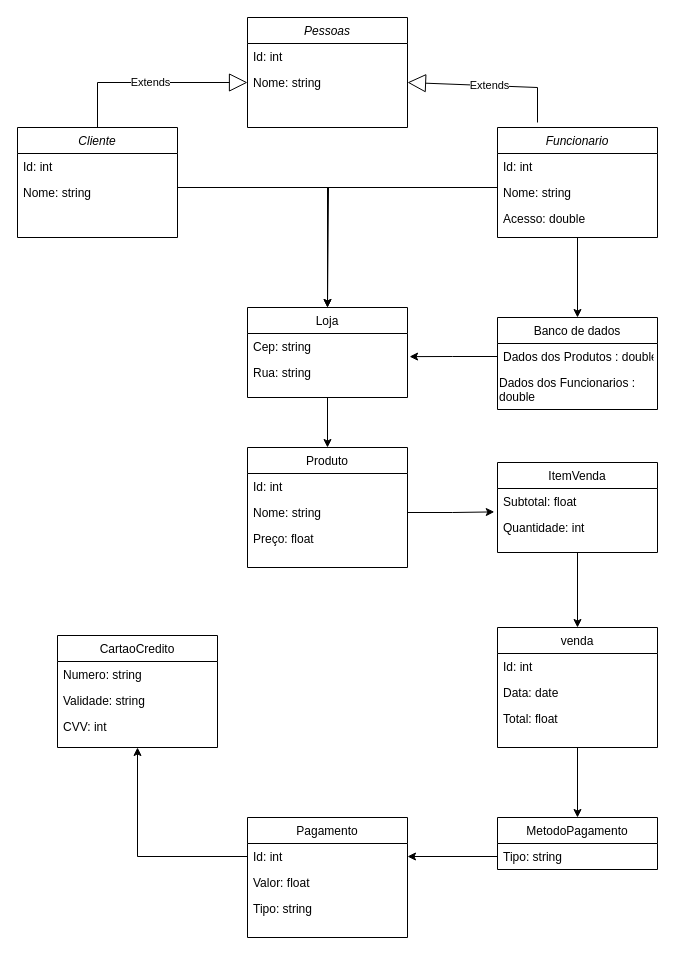
Above: Diagrama sem nome.drawio in Brunoborgescarvalho/Projeto-Sonho (draw.io), before the change. Source tidied: cells renumbered, new cells numbered last; positions are measured from the earlier drawing's top-left corner, leaving out a move shared by most shapes. Both pictures are drawn from the tidied source at 100%, with x=0, y=0 at pixel (17, 17).
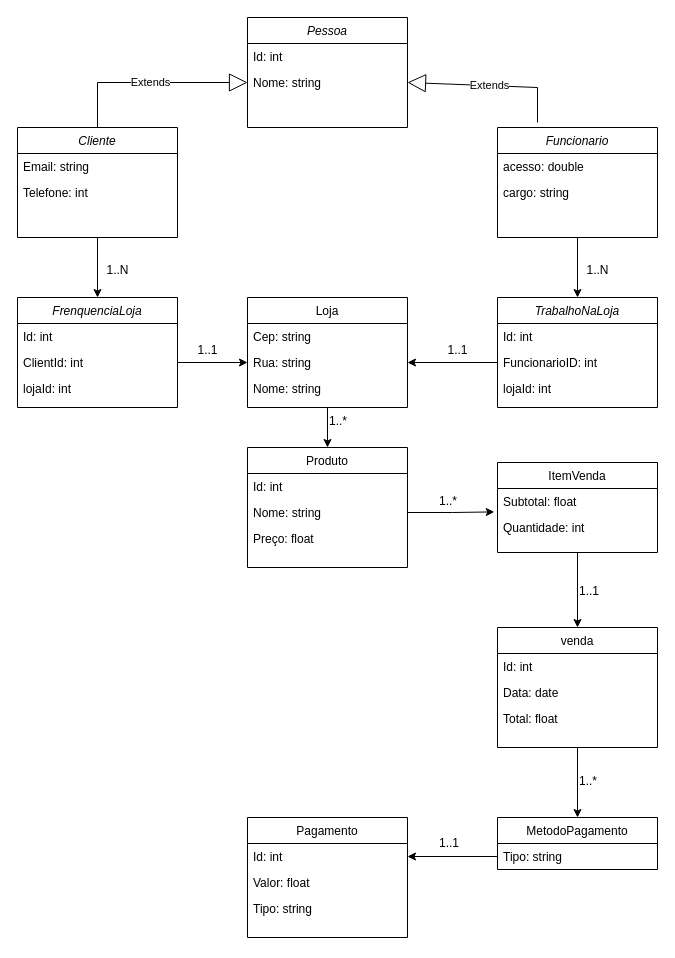
The same page after the edit.

The change refers to these unchanged cells:
```xml
<mxCell id="2" value="Cliente" style="swimlane;fontStyle=2;align=center;verticalAlign=top;horizontal=1;startSize=26;rounded=0;shadow=0;strokeWidth=1;" parent="1" vertex="1">
  <mxGeometry y="110" width="160" height="110" as="geometry" />
</mxCell>
<mxCell id="12" value="Rua: string" style="text;align=left;verticalAlign=top;spacingLeft=4;spacingRight=4;overflow=hidden;points=[[0,0.5],[1,0.5]];portConstraint=eastwest;" parent="10" vertex="1">
  <mxGeometry y="52" width="160" height="26" as="geometry" />
</mxCell>
<mxCell id="25" value="Id: int" style="text;align=left;verticalAlign=top;spacingLeft=4;spacingRight=4;overflow=hidden;points=[[0,0.5],[1,0.5]];portConstraint=eastwest;" parent="24" vertex="1">
  <mxGeometry y="26" width="160" height="26" as="geometry" />
</mxCell>
<mxCell id="36" value="Funcionario" style="swimlane;fontStyle=2;align=center;verticalAlign=top;horizontal=1;startSize=26;rounded=0;shadow=0;strokeWidth=1;" parent="1" vertex="1">
  <mxGeometry x="480" y="110" width="160" height="110" as="geometry" />
</mxCell>
```

The edit, as a diff of the source:
```diff
@@
+    <mxCell id="51" style="edgeStyle=orthogonalEdgeStyle;rounded=0;jettySize=auto;html=1;entryX=0.5;entryY=0;entryDx=0;entryDy=0;" parent="1" edge="1" source="2" target="62">
+      <mxGeometry relative="1" as="geometry" />
+    </mxCell>
@@
-    <mxCell id="3" value="Id: int" style="text;align=left;verticalAlign=top;spacingLeft=4;spacingRight=4;overflow=hidden;" parent="2" vertex="1">
-      <mxGeometry y="26" width="160" height="26" as="geometry" />
-    </mxCell>
-    <mxCell id="4" value="Nome: string" style="text;align=left;verticalAlign=top;spacingLeft=4;spacingRight=4;overflow=hidden;points=[[0,0.5],[1,0.5]];portConstraint=eastwest;rounded=0;shadow=0;html=0;" parent="2" vertex="1">
-      <mxGeometry y="52" width="160" height="26" as="geometry" />
-    </mxCell>
+    <mxCell id="52" value="Email: string" style="text;align=left;verticalAlign=top;spacingLeft=4;spacingRight=4;overflow=hidden;rounded=0;shadow=0;html=0;" parent="2" vertex="1">
+      <mxGeometry y="26" width="160" height="26" as="geometry" />
+    </mxCell>
+    <mxCell id="53" value="Telefone: int" style="text;align=left;verticalAlign=top;spacingLeft=4;spacingRight=4;overflow=hidden;rounded=0;shadow=0;html=0;" parent="2" vertex="1">
+      <mxGeometry y="52" width="160" height="26" as="geometry" />
+    </mxCell>
@@
     <mxCell id="10" value="Loja" style="swimlane;fontStyle=0;align=center;verticalAlign=top;horizontal=1;startSize=26;rounded=0;shadow=0;strokeWidth=1;" parent="1" vertex="1">
-      <mxGeometry x="230" y="290" width="160" height="90" as="geometry" />
+      <mxGeometry x="230" y="280" width="160" height="110" as="geometry" />
     </mxCell>
@@
+    <mxCell id="54" value="Nome: string" style="text;align=left;verticalAlign=top;spacingLeft=4;spacingRight=4;overflow=hidden;" parent="10" vertex="1">
+      <mxGeometry y="78" width="160" height="28" as="geometry" />
+    </mxCell>
@@
-    <mxCell id="28" value="CartaoCredito" style="swimlane;fontStyle=0;align=center;verticalAlign=top;horizontal=1;startSize=26;rounded=0;shadow=0;strokeWidth=1;" parent="1" vertex="1">
-      <mxGeometry x="40" y="618" width="160" height="112" as="geometry" />
-    </mxCell>
-    <mxCell id="29" value="Numero: string" style="text;align=left;verticalAlign=top;spacingLeft=4;spacingRight=4;overflow=hidden;" parent="28" vertex="1">
-      <mxGeometry y="26" width="160" height="26" as="geometry" />
-    </mxCell>
-    <mxCell id="30" value="Validade: string" style="text;align=left;verticalAlign=top;spacingLeft=4;spacingRight=4;overflow=hidden;rounded=0;shadow=0;html=0;" parent="28" vertex="1">
-      <mxGeometry y="52" width="160" height="26" as="geometry" />
-    </mxCell>
-    <mxCell id="31" value="CVV: int" style="text;align=left;verticalAlign=top;spacingLeft=4;spacingRight=4;overflow=hidden;rounded=0;shadow=0;html=0;" parent="28" vertex="1">
-      <mxGeometry y="78" width="160" height="26" as="geometry" />
-    </mxCell>
-    <mxCell id="32" value="Pessoas&#10;" style="swimlane;fontStyle=2;align=center;verticalAlign=top;horizontal=1;startSize=26;rounded=0;shadow=0;strokeWidth=1;" parent="1" vertex="1">
+    <mxCell id="32" value="Pessoa" style="swimlane;fontStyle=2;align=center;verticalAlign=top;horizontal=1;startSize=26;rounded=0;shadow=0;strokeWidth=1;" parent="1" vertex="1">
       <mxGeometry x="230" width="160" height="110" as="geometry" />
     </mxCell>
@@
-    <mxCell id="35" style="edgeStyle=orthogonalEdgeStyle;rounded=0;jettySize=auto;html=1;" parent="1" edge="1" source="36" target="41">
-      <mxGeometry relative="1" as="geometry" />
-    </mxCell>
+    <mxCell id="55" style="edgeStyle=orthogonalEdgeStyle;rounded=0;jettySize=auto;html=1;entryX=0.5;entryY=0;entryDx=0;entryDy=0;" parent="1" edge="1" source="36" target="69">
+      <mxGeometry relative="1" as="geometry" />
+    </mxCell>
@@
-    <mxCell id="37" value="Id: int" style="text;align=left;verticalAlign=top;spacingLeft=4;spacingRight=4;overflow=hidden;" parent="36" vertex="1">
-      <mxGeometry y="26" width="160" height="26" as="geometry" />
-    </mxCell>
-    <mxCell id="38" value="Nome: string" style="text;align=left;verticalAlign=top;spacingLeft=4;spacingRight=4;overflow=hidden;points=[[0,0.5],[1,0.5]];portConstraint=eastwest;rounded=0;shadow=0;html=0;" parent="36" vertex="1">
-      <mxGeometry y="52" width="160" height="26" as="geometry" />
-    </mxCell>
-    <mxCell id="39" value="Acesso: double&#10;" style="text;align=left;verticalAlign=top;spacingLeft=4;spacingRight=4;overflow=hidden;rounded=0;shadow=0;html=0;" parent="36" vertex="1">
-      <mxGeometry y="78" width="160" height="26" as="geometry" />
+    <mxCell id="39" value="acesso: double&#10;" style="text;align=left;verticalAlign=top;spacingLeft=4;spacingRight=4;overflow=hidden;rounded=0;shadow=0;html=0;" parent="36" vertex="1">
+      <mxGeometry y="26" width="160" height="26" as="geometry" />
     </mxCell>
+    <mxCell id="56" value="cargo: string" style="text;align=left;verticalAlign=top;spacingLeft=4;spacingRight=4;overflow=hidden;rounded=0;shadow=0;html=0;" parent="36" vertex="1">
+      <mxGeometry y="52" width="160" height="26" as="geometry" />
+    </mxCell>
@@
-    <mxCell id="41" value="Banco de dados" style="swimlane;fontStyle=0;align=center;verticalAlign=top;horizontal=1;startSize=26;rounded=0;shadow=0;strokeWidth=1;" parent="1" vertex="1">
-      <mxGeometry x="480" y="300" width="160" height="92" as="geometry" />
-    </mxCell>
-    <mxCell id="42" value="Dados dos Produtos : double" style="text;align=left;verticalAlign=top;spacingLeft=4;spacingRight=4;overflow=hidden;points=[[0,0.5],[1,0.5]];portConstraint=eastwest;" parent="41" vertex="1">
-      <mxGeometry y="26" width="160" height="26" as="geometry" />
-    </mxCell>
-    <mxCell id="43" value="Dados dos Funcionarios : double" style="text;whiteSpace=wrap;html=1;" parent="41" vertex="1">
-      <mxGeometry y="52" width="160" height="40" as="geometry" />
-    </mxCell>
-    <mxCell id="44" style="edgeStyle=orthogonalEdgeStyle;rounded=0;jettySize=auto;html=1;entryX=0.5;entryY=0;entryDx=0;entryDy=0;" parent="1" edge="1" source="4" target="10">
-      <mxGeometry relative="1" as="geometry">
-        <Array as="points">
-          <mxPoint x="311" y="170" />
-          <mxPoint x="311" y="290" />
-        </Array>
-      </mxGeometry>
-    </mxCell>
-    <mxCell id="45" style="edgeStyle=orthogonalEdgeStyle;rounded=0;jettySize=auto;html=1;entryX=0.5;entryY=0;entryDx=0;entryDy=0;" parent="1" edge="1" source="38" target="10">
-      <mxGeometry relative="1" as="geometry">
-        <Array as="points">
-          <mxPoint x="310" y="170" />
-        </Array>
-      </mxGeometry>
-    </mxCell>
-    <mxCell id="46" style="edgeStyle=orthogonalEdgeStyle;rounded=0;jettySize=auto;html=1;entryX=1.013;entryY=-0.111;entryDx=0;entryDy=0;entryPerimeter=0;" parent="1" edge="1" source="42" target="12">
-      <mxGeometry relative="1" as="geometry" />
-    </mxCell>
@@
-    <mxCell id="48" style="edgeStyle=orthogonalEdgeStyle;rounded=0;jettySize=auto;html=1;entryX=0.5;entryY=1;entryDx=0;entryDy=0;" parent="1" edge="1" source="25" target="28">
-      <mxGeometry relative="1" as="geometry" />
-    </mxCell>
@@
+    <mxCell id="57" value="1..*" style="text;whiteSpace=wrap;html=1;" parent="1" vertex="1">
+      <mxGeometry x="310" y="390" width="50" height="40" as="geometry" />
+    </mxCell>
+    <mxCell id="58" value="1..*" style="text;whiteSpace=wrap;html=1;" parent="1" vertex="1">
+      <mxGeometry x="420" y="470" width="50" height="40" as="geometry" />
+    </mxCell>
+    <mxCell id="59" value="1..1" style="text;whiteSpace=wrap;html=1;" parent="1" vertex="1">
+      <mxGeometry x="560" y="560" width="50" height="40" as="geometry" />
+    </mxCell>
+    <mxCell id="60" value="1..*" style="text;whiteSpace=wrap;html=1;" parent="1" vertex="1">
+      <mxGeometry x="560" y="750" width="50" height="40" as="geometry" />
+    </mxCell>
+    <mxCell id="61" value="1..1" style="text;whiteSpace=wrap;html=1;" parent="1" vertex="1">
+      <mxGeometry x="420" y="812" width="50" height="40" as="geometry" />
+    </mxCell>
+    <mxCell id="62" value="FrenquenciaLoja" style="swimlane;fontStyle=2;align=center;verticalAlign=top;horizontal=1;startSize=26;rounded=0;shadow=0;strokeWidth=1;" parent="1" vertex="1">
+      <mxGeometry y="280" width="160" height="110" as="geometry" />
+    </mxCell>
+    <mxCell id="63" value="Id: int&#10;" style="text;align=left;verticalAlign=top;spacingLeft=4;spacingRight=4;overflow=hidden;rounded=0;shadow=0;html=0;" parent="62" vertex="1">
+      <mxGeometry y="26" width="160" height="26" as="geometry" />
+    </mxCell>
+    <mxCell id="64" value="ClientId: int" style="text;align=left;verticalAlign=top;spacingLeft=4;spacingRight=4;overflow=hidden;points=[[0,0.5],[1,0.5]];portConstraint=eastwest;rounded=0;shadow=0;html=0;" parent="62" vertex="1">
+      <mxGeometry y="52" width="160" height="26" as="geometry" />
+    </mxCell>
+    <mxCell id="65" value="lojaId: int" style="text;align=left;verticalAlign=top;spacingLeft=4;spacingRight=4;overflow=hidden;rounded=0;shadow=0;html=0;" parent="62" vertex="1">
+      <mxGeometry y="78" width="160" height="26" as="geometry" />
+    </mxCell>
+    <mxCell id="66" style="edgeStyle=orthogonalEdgeStyle;rounded=0;jettySize=auto;html=1;entryX=0;entryY=0.5;entryDx=0;entryDy=0;" parent="1" edge="1" source="64" target="12">
+      <mxGeometry relative="1" as="geometry" />
+    </mxCell>
+    <mxCell id="67" value="1..1" style="text;html=1;align=center;verticalAlign=middle;strokeColor=none;fillColor=none;" parent="1" vertex="1">
+      <mxGeometry x="170" y="318" width="40" height="30" as="geometry" />
+    </mxCell>
+    <mxCell id="68" value="1..N" style="text;html=1;align=center;verticalAlign=middle;strokeColor=none;fillColor=none;" parent="1" vertex="1">
+      <mxGeometry x="75" y="238" width="50" height="30" as="geometry" />
+    </mxCell>
+    <mxCell id="69" value="TrabalhoNaLoja" style="swimlane;fontStyle=2;align=center;verticalAlign=top;horizontal=1;startSize=26;rounded=0;shadow=0;strokeWidth=1;" parent="1" vertex="1">
+      <mxGeometry x="480" y="280" width="160" height="110" as="geometry" />
+    </mxCell>
+    <mxCell id="70" value="Id: int&#10;" style="text;align=left;verticalAlign=top;spacingLeft=4;spacingRight=4;overflow=hidden;rounded=0;shadow=0;html=0;" parent="69" vertex="1">
+      <mxGeometry y="26" width="160" height="26" as="geometry" />
+    </mxCell>
+    <mxCell id="71" value="FuncionarioID: int" style="text;align=left;verticalAlign=top;spacingLeft=4;spacingRight=4;overflow=hidden;points=[[0,0.5],[1,0.5]];portConstraint=eastwest;rounded=0;shadow=0;html=0;" parent="69" vertex="1">
+      <mxGeometry y="52" width="160" height="26" as="geometry" />
+    </mxCell>
+    <mxCell id="72" value="lojaId: int" style="text;align=left;verticalAlign=top;spacingLeft=4;spacingRight=4;overflow=hidden;rounded=0;shadow=0;html=0;" parent="69" vertex="1">
+      <mxGeometry y="78" width="160" height="26" as="geometry" />
+    </mxCell>
+    <mxCell id="73" style="edgeStyle=orthogonalEdgeStyle;rounded=0;jettySize=auto;html=1;entryX=1;entryY=0.5;entryDx=0;entryDy=0;" parent="1" edge="1" source="71" target="12">
+      <mxGeometry relative="1" as="geometry" />
+    </mxCell>
+    <mxCell id="74" value="1..N" style="text;html=1;align=center;verticalAlign=middle;strokeColor=none;fillColor=none;" parent="1" vertex="1">
+      <mxGeometry x="555" y="238" width="50" height="30" as="geometry" />
+    </mxCell>
+    <mxCell id="75" value="1..1" style="text;html=1;align=center;verticalAlign=middle;strokeColor=none;fillColor=none;" parent="1" vertex="1">
+      <mxGeometry x="420" y="318" width="40" height="30" as="geometry" />
+    </mxCell>
```
